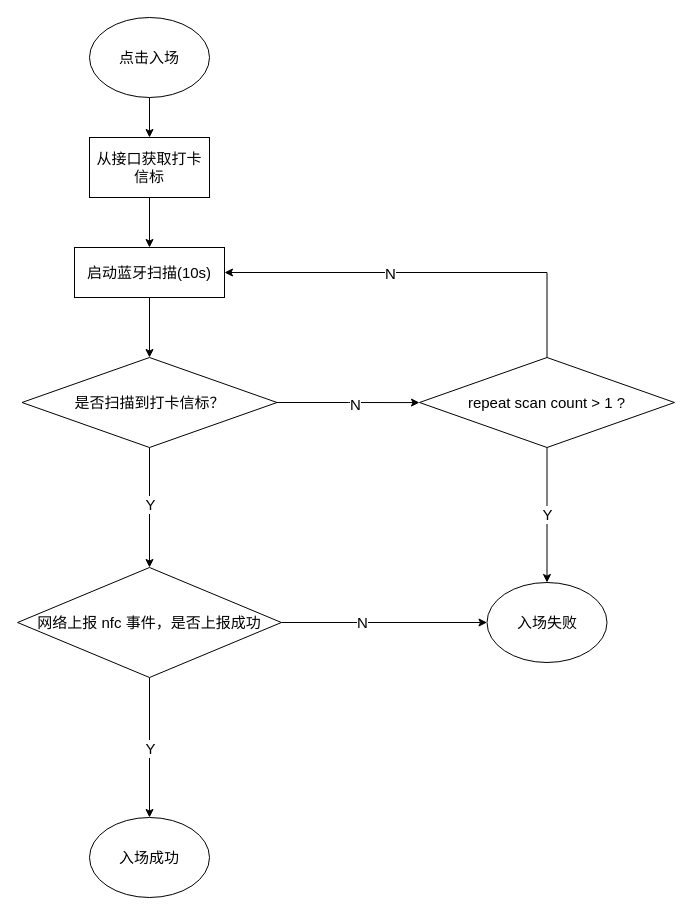
Earlier version of the draw.io diagram page "Page-1" (1 of 3) of source/Untitled Diagram.drawio (Mr-xzq/drawio). Source tidied: cells renumbered, new cells numbered last; positions are measured from the earlier drawing's top-left corner, leaving out a move shared by most shapes. Both pictures are drawn from the tidied source at 100%, with x=0, y=0 at pixel (17, 17).
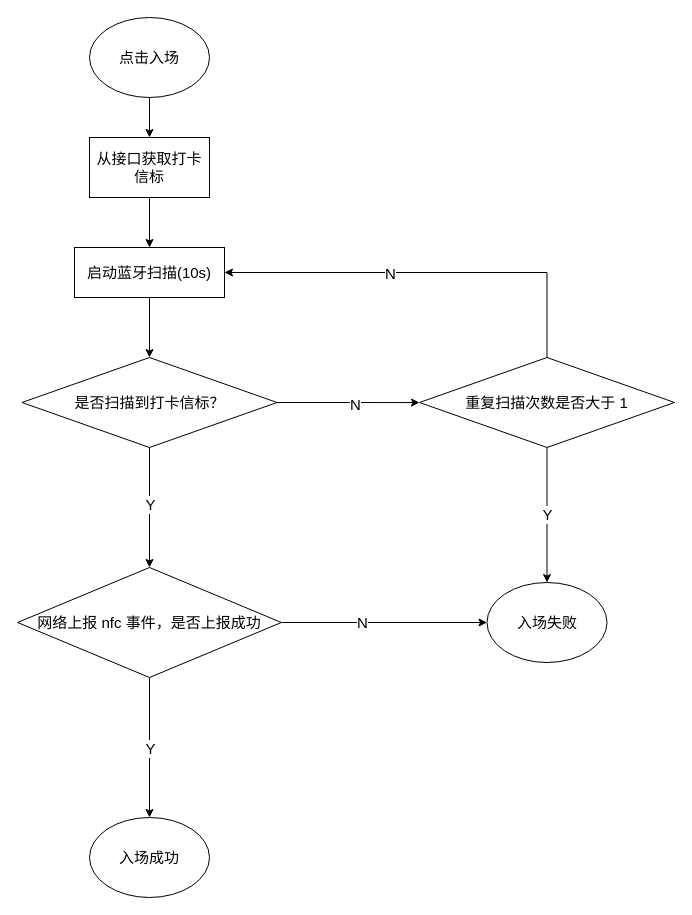
The same page after the edit.

The edit, as a diff of the source:
```diff
@@
-    <mxCell id="17" value="repeat scan count &amp;gt; 1 ?" style="rhombus;whiteSpace=wrap;html=1;fontSize=15;rounded=0;" parent="1" vertex="1">
+    <mxCell id="17" value="重复扫描次数是否大于 1" style="rhombus;whiteSpace=wrap;html=1;fontSize=15;rounded=0;" parent="1" vertex="1">
       <mxGeometry x="402" y="340" width="255" height="90" as="geometry" />
     </mxCell>
```
